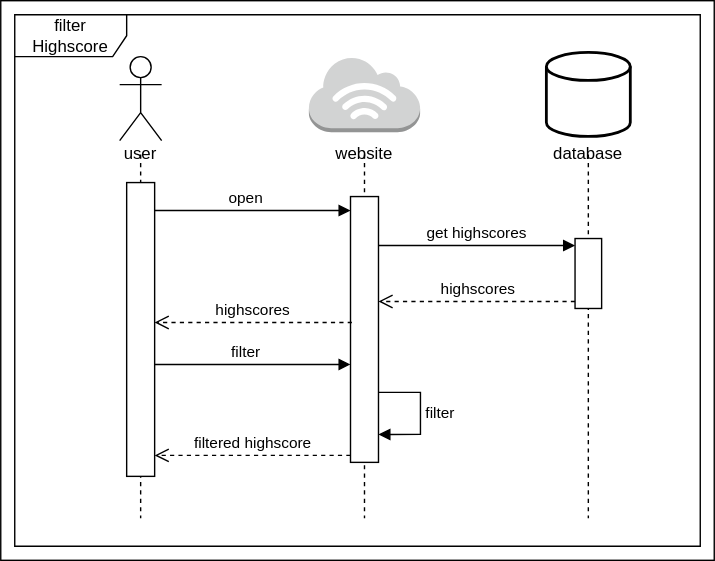
This is documentation/assets/filter_highscore.svg from SE-TINF22B6/Underwatch, a draw.io export, as it was before one commit. Source tidied: cells renumbered, new cells last; positions are measured from the earlier drawing's top-left corner, leaving out a move shared by most shapes. Its diagram source:
```xml
<mxGraphModel>
  <root>
    <mxCell id="0" />
    <mxCell id="1" parent="0" />
    <mxCell id="2" style="rounded=0;whiteSpace=wrap;html=1;" parent="1" vertex="1">
      <mxGeometry width="510" height="400" as="geometry" />
    </mxCell>
    <mxCell id="3" style="strokeWidth=2;html=1;shape=mxgraph.flowchart.database;whiteSpace=wrap;" parent="1" vertex="1">
      <mxGeometry x="390" y="37" width="60" height="60" as="geometry" />
    </mxCell>
    <mxCell id="4" value="database" style="shape=umlLifeline;perimeter=lifelinePerimeter;whiteSpace=wrap;html=1;newEdgeStyle={&quot;curved&quot;:0,&quot;rounded&quot;:0};glass=0;size=0;" parent="1" vertex="1">
      <mxGeometry x="370" y="110" width="100" height="260" as="geometry" />
    </mxCell>
    <mxCell id="5" style="html=1;points=[[0,0,0,0,5],[0,1,0,0,-5],[1,0,0,0,5],[1,1,0,0,-5]];perimeter=orthogonalPerimeter;outlineConnect=0;targetShapes=umlLifeline;portConstraint=eastwest;newEdgeStyle={&quot;curved&quot;:0,&quot;rounded&quot;:0};" parent="4" vertex="1">
      <mxGeometry x="40.5" y="60" width="19" height="50" as="geometry" />
    </mxCell>
    <mxCell id="6" value="website" style="shape=umlLifeline;perimeter=lifelinePerimeter;whiteSpace=wrap;html=1;newEdgeStyle={&quot;curved&quot;:0,&quot;rounded&quot;:0};glass=0;size=0;" parent="1" vertex="1">
      <mxGeometry x="210" y="110" width="100" height="260" as="geometry" />
    </mxCell>
    <mxCell id="7" style="html=1;points=[[0,0,0,0,5],[0,1,0,0,-5],[1,0,0,0,5],[1,1,0,0,-5]];perimeter=orthogonalPerimeter;outlineConnect=0;targetShapes=umlLifeline;portConstraint=eastwest;newEdgeStyle={&quot;curved&quot;:0,&quot;rounded&quot;:0};" parent="6" vertex="1">
      <mxGeometry x="40" y="30" width="20" height="190" as="geometry" />
    </mxCell>
    <mxCell id="8" value="user" style="shape=umlLifeline;perimeter=lifelinePerimeter;whiteSpace=wrap;html=1;newEdgeStyle={&quot;curved&quot;:0,&quot;rounded&quot;:0};size=0;" parent="1" vertex="1">
      <mxGeometry x="50" y="110" width="100" height="260" as="geometry" />
    </mxCell>
    <mxCell id="9" value="filter Highscore" style="shape=umlFrame;whiteSpace=wrap;html=1;width=80;height=30;" parent="1" vertex="1">
      <mxGeometry x="10" y="10" width="490" height="380" as="geometry" />
    </mxCell>
    <mxCell id="10" value="filtered highscore" style="html=1;verticalAlign=bottom;endArrow=open;dashed=1;endSize=8;curved=0;rounded=0;exitX=0;exitY=1;exitDx=0;exitDy=-5;" parent="1" edge="1" source="7" target="18">
      <mxGeometry relative="1" as="geometry" />
    </mxCell>
    <mxCell id="11" value="open" style="html=1;verticalAlign=bottom;endArrow=block;curved=0;rounded=0;entryX=0;entryY=0;entryDx=0;entryDy=5;" parent="1" edge="1">
      <mxGeometry relative="1" as="geometry">
        <mxPoint x="99.8" y="150" as="sourcePoint" />
        <mxPoint x="250" y="150" as="targetPoint" />
      </mxGeometry>
    </mxCell>
    <mxCell id="12" value="highscores" style="html=1;verticalAlign=bottom;endArrow=open;dashed=1;endSize=8;curved=0;rounded=0;exitX=0;exitY=1;exitDx=0;exitDy=-5;" parent="1" edge="1" source="5" target="7">
      <mxGeometry relative="1" as="geometry" />
    </mxCell>
    <mxCell id="13" value="get highscores" style="html=1;verticalAlign=bottom;endArrow=block;curved=0;rounded=0;entryX=0;entryY=0;entryDx=0;entryDy=5;" parent="1" edge="1" source="7" target="5">
      <mxGeometry relative="1" as="geometry" />
    </mxCell>
    <mxCell id="14" value="filter" style="html=1;align=left;spacingLeft=2;endArrow=block;rounded=0;edgeStyle=orthogonalEdgeStyle;curved=0;rounded=0;" parent="1" edge="1">
      <mxGeometry relative="1" as="geometry">
        <mxPoint x="270" y="280" as="sourcePoint" />
        <mxPoint x="270" y="310" as="targetPoint" />
        <Array as="points">
          <mxPoint x="300" y="280" />
          <mxPoint x="300" y="310" />
        </Array>
      </mxGeometry>
    </mxCell>
    <mxCell id="15" value="filter" style="html=1;verticalAlign=bottom;endArrow=block;curved=0;rounded=0;entryX=0;entryY=0;entryDx=0;entryDy=5;" parent="1" edge="1">
      <mxGeometry relative="1" as="geometry">
        <mxPoint x="100" y="260" as="sourcePoint" />
        <mxPoint x="250" y="260" as="targetPoint" />
      </mxGeometry>
    </mxCell>
    <mxCell id="16" style="shape=umlActor;verticalLabelPosition=bottom;verticalAlign=top;html=1;" parent="1" vertex="1">
      <mxGeometry x="85" y="40" width="30" height="60" as="geometry" />
    </mxCell>
    <mxCell id="17" style="dashed=0;verticalLabelPosition=bottom;verticalAlign=top;align=center;html=1;shape=mxgraph.aws3.internet_3;fillColor=#D2D3D3;gradientColor=none;" parent="1" vertex="1">
      <mxGeometry x="220.2" y="40" width="79.5" height="54" as="geometry" />
    </mxCell>
    <mxCell id="18" style="html=1;points=[[0,0,0,0,5],[0,1,0,0,-5],[1,0,0,0,5],[1,1,0,0,-5]];perimeter=orthogonalPerimeter;outlineConnect=0;targetShapes=umlLifeline;portConstraint=eastwest;newEdgeStyle={&quot;curved&quot;:0,&quot;rounded&quot;:0};" parent="1" vertex="1">
      <mxGeometry x="90" y="130" width="20" height="210" as="geometry" />
    </mxCell>
    <mxCell id="19" value="highscores" style="html=1;verticalAlign=bottom;endArrow=open;dashed=1;endSize=8;curved=0;rounded=0;exitX=0;exitY=1;exitDx=0;exitDy=-5;" parent="1" edge="1">
      <mxGeometry relative="1" as="geometry">
        <mxPoint x="251" y="230" as="sourcePoint" />
        <mxPoint x="110" y="230" as="targetPoint" />
      </mxGeometry>
    </mxCell>
  </root>
</mxGraphModel>
```
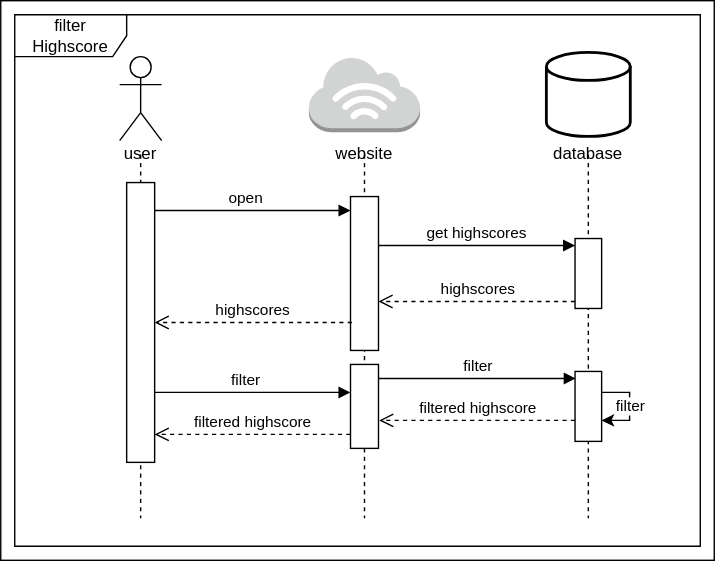
Later version of the same file.

Commit message:
update: filter highscore

The edit, as a diff of the source:
```diff
@@ -18,7 +18,7 @@
       <mxGeometry x="210" y="110" width="100" height="260" as="geometry" />
     </mxCell>
     <mxCell id="7" style="html=1;points=[[0,0,0,0,5],[0,1,0,0,-5],[1,0,0,0,5],[1,1,0,0,-5]];perimeter=orthogonalPerimeter;outlineConnect=0;targetShapes=umlLifeline;portConstraint=eastwest;newEdgeStyle={&quot;curved&quot;:0,&quot;rounded&quot;:0};" parent="6" vertex="1">
-      <mxGeometry x="40" y="30" width="20" height="190" as="geometry" />
+      <mxGeometry x="40" y="30" width="20" height="110" as="geometry" />
     </mxCell>
     <mxCell id="8" value="user" style="shape=umlLifeline;perimeter=lifelinePerimeter;whiteSpace=wrap;html=1;newEdgeStyle={&quot;curved&quot;:0,&quot;rounded&quot;:0};size=0;" parent="1" vertex="1">
       <mxGeometry x="50" y="110" width="100" height="260" as="geometry" />
@@ -26,8 +26,11 @@
     <mxCell id="9" value="filter Highscore" style="shape=umlFrame;whiteSpace=wrap;html=1;width=80;height=30;" parent="1" vertex="1">
       <mxGeometry x="10" y="10" width="490" height="380" as="geometry" />
     </mxCell>
-    <mxCell id="10" value="filtered highscore" style="html=1;verticalAlign=bottom;endArrow=open;dashed=1;endSize=8;curved=0;rounded=0;exitX=0;exitY=1;exitDx=0;exitDy=-5;" parent="1" edge="1" source="7" target="18">
-      <mxGeometry relative="1" as="geometry" />
+    <mxCell id="10" value="filtered highscore" style="html=1;verticalAlign=bottom;endArrow=open;dashed=1;endSize=8;curved=0;rounded=0;exitX=0;exitY=1;exitDx=0;exitDy=-5;" parent="1" edge="1">
+      <mxGeometry relative="1" as="geometry">
+        <mxPoint x="410.5" y="300" as="sourcePoint" />
+        <mxPoint x="270.5" y="300" as="targetPoint" />
+      </mxGeometry>
     </mxCell>
     <mxCell id="11" value="open" style="html=1;verticalAlign=bottom;endArrow=block;curved=0;rounded=0;entryX=0;entryY=0;entryDx=0;entryDy=5;" parent="1" edge="1">
       <mxGeometry relative="1" as="geometry">
@@ -41,20 +44,10 @@
     <mxCell id="13" value="get highscores" style="html=1;verticalAlign=bottom;endArrow=block;curved=0;rounded=0;entryX=0;entryY=0;entryDx=0;entryDy=5;" parent="1" edge="1" source="7" target="5">
       <mxGeometry relative="1" as="geometry" />
     </mxCell>
-    <mxCell id="14" value="filter" style="html=1;align=left;spacingLeft=2;endArrow=block;rounded=0;edgeStyle=orthogonalEdgeStyle;curved=0;rounded=0;" parent="1" edge="1">
-      <mxGeometry relative="1" as="geometry">
-        <mxPoint x="270" y="280" as="sourcePoint" />
-        <mxPoint x="270" y="310" as="targetPoint" />
-        <Array as="points">
-          <mxPoint x="300" y="280" />
-          <mxPoint x="300" y="310" />
-        </Array>
-      </mxGeometry>
-    </mxCell>
     <mxCell id="15" value="filter" style="html=1;verticalAlign=bottom;endArrow=block;curved=0;rounded=0;entryX=0;entryY=0;entryDx=0;entryDy=5;" parent="1" edge="1">
       <mxGeometry relative="1" as="geometry">
-        <mxPoint x="100" y="260" as="sourcePoint" />
-        <mxPoint x="250" y="260" as="targetPoint" />
+        <mxPoint x="100" y="280" as="sourcePoint" />
+        <mxPoint x="250" y="280" as="targetPoint" />
       </mxGeometry>
     </mxCell>
     <mxCell id="16" style="shape=umlActor;verticalLabelPosition=bottom;verticalAlign=top;html=1;" parent="1" vertex="1">
@@ -64,7 +57,7 @@
       <mxGeometry x="220.2" y="40" width="79.5" height="54" as="geometry" />
     </mxCell>
     <mxCell id="18" style="html=1;points=[[0,0,0,0,5],[0,1,0,0,-5],[1,0,0,0,5],[1,1,0,0,-5]];perimeter=orthogonalPerimeter;outlineConnect=0;targetShapes=umlLifeline;portConstraint=eastwest;newEdgeStyle={&quot;curved&quot;:0,&quot;rounded&quot;:0};" parent="1" vertex="1">
-      <mxGeometry x="90" y="130" width="20" height="210" as="geometry" />
+      <mxGeometry x="90" y="130" width="20" height="200" as="geometry" />
     </mxCell>
     <mxCell id="19" value="highscores" style="html=1;verticalAlign=bottom;endArrow=open;dashed=1;endSize=8;curved=0;rounded=0;exitX=0;exitY=1;exitDx=0;exitDy=-5;" parent="1" edge="1">
       <mxGeometry relative="1" as="geometry">
@@ -72,5 +65,26 @@
         <mxPoint x="110" y="230" as="targetPoint" />
       </mxGeometry>
     </mxCell>
+    <mxCell id="20" value="filter" style="html=1;verticalAlign=bottom;endArrow=block;curved=0;rounded=0;entryX=0;entryY=0;entryDx=0;entryDy=5;" parent="1" edge="1">
+      <mxGeometry x="0.01" relative="1" as="geometry">
+        <mxPoint x="270" y="270" as="sourcePoint" />
+        <mxPoint x="411" y="270" as="targetPoint" />
+      </mxGeometry>
+    </mxCell>
+    <mxCell id="21" style="html=1;perimeter=orthogonalPerimeter;targetShapes=umlLifeline;newEdgeStyle={&quot;curved&quot;:0,&quot;rounded&quot;:0};" parent="1" vertex="1">
+      <mxGeometry x="250" y="260" width="20" height="60" as="geometry" />
+    </mxCell>
+    <mxCell id="22" style="html=1;points=[[0,0,0,0,5],[0,1,0,0,-5],[1,0,0,0,5],[1,1,0,0,-5]];perimeter=orthogonalPerimeter;outlineConnect=0;targetShapes=umlLifeline;portConstraint=eastwest;newEdgeStyle={&quot;curved&quot;:0,&quot;rounded&quot;:0};" parent="1" vertex="1">
+      <mxGeometry x="410.5" y="265" width="19" height="50" as="geometry" />
+    </mxCell>
+    <mxCell id="23" value="filter" style="edgeStyle=orthogonalEdgeStyle;rounded=0;orthogonalLoop=1;jettySize=auto;html=1;curved=0;" parent="1" edge="1" source="22" target="22">
+      <mxGeometry relative="1" as="geometry" />
+    </mxCell>
+    <mxCell id="24" value="filtered highscore" style="html=1;verticalAlign=bottom;endArrow=open;dashed=1;endSize=8;curved=0;rounded=0;exitX=0;exitY=1;exitDx=0;exitDy=-5;" parent="1" edge="1">
+      <mxGeometry relative="1" as="geometry">
+        <mxPoint x="250" y="310" as="sourcePoint" />
+        <mxPoint x="110" y="310" as="targetPoint" />
+      </mxGeometry>
+    </mxCell>
   </root>
 </mxGraphModel>
```
